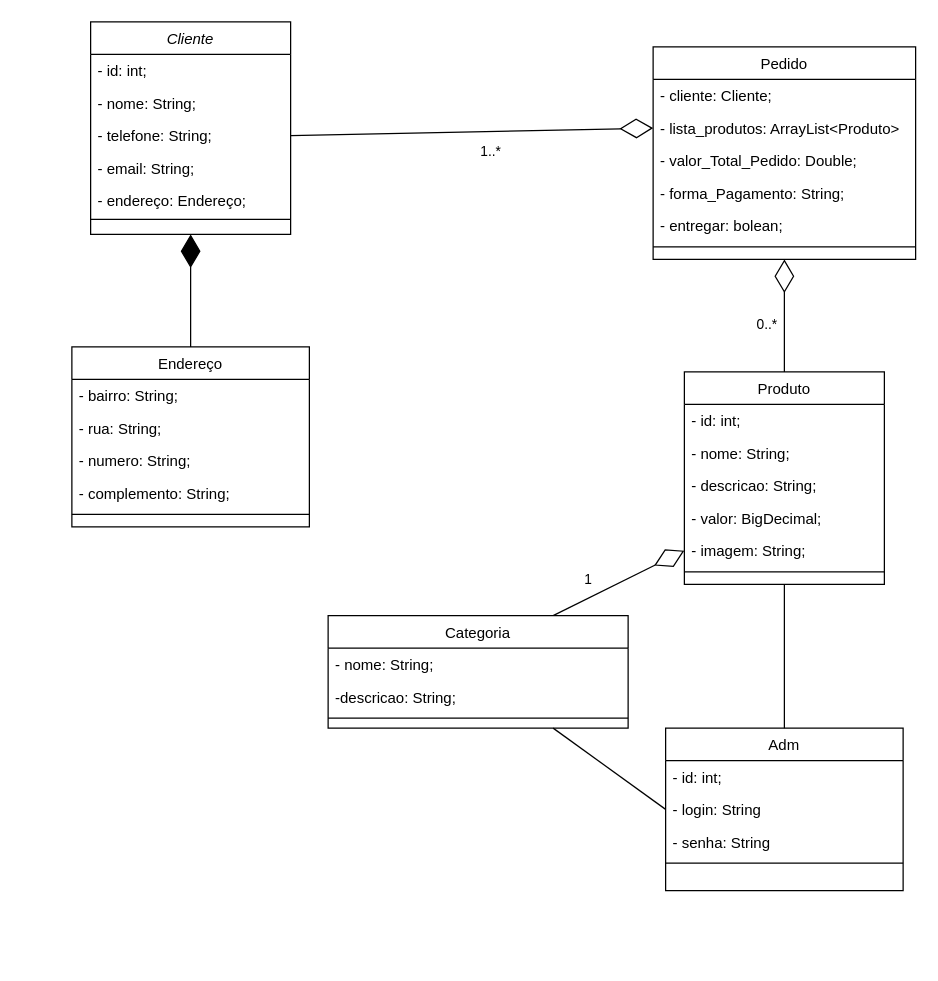
Joao-Antonio-Reis/Projeto-Delivery keeps this draw.io diagram as Documents/Diagrama UML.drawio. Above is the earlier version. Source tidied: cells renumbered, new cells numbered last; positions are measured from the earlier drawing's top-left corner, leaving out a move shared by most shapes. Both pictures are drawn from the tidied source at 125%, with x=0, y=0 at pixel (71, 21).
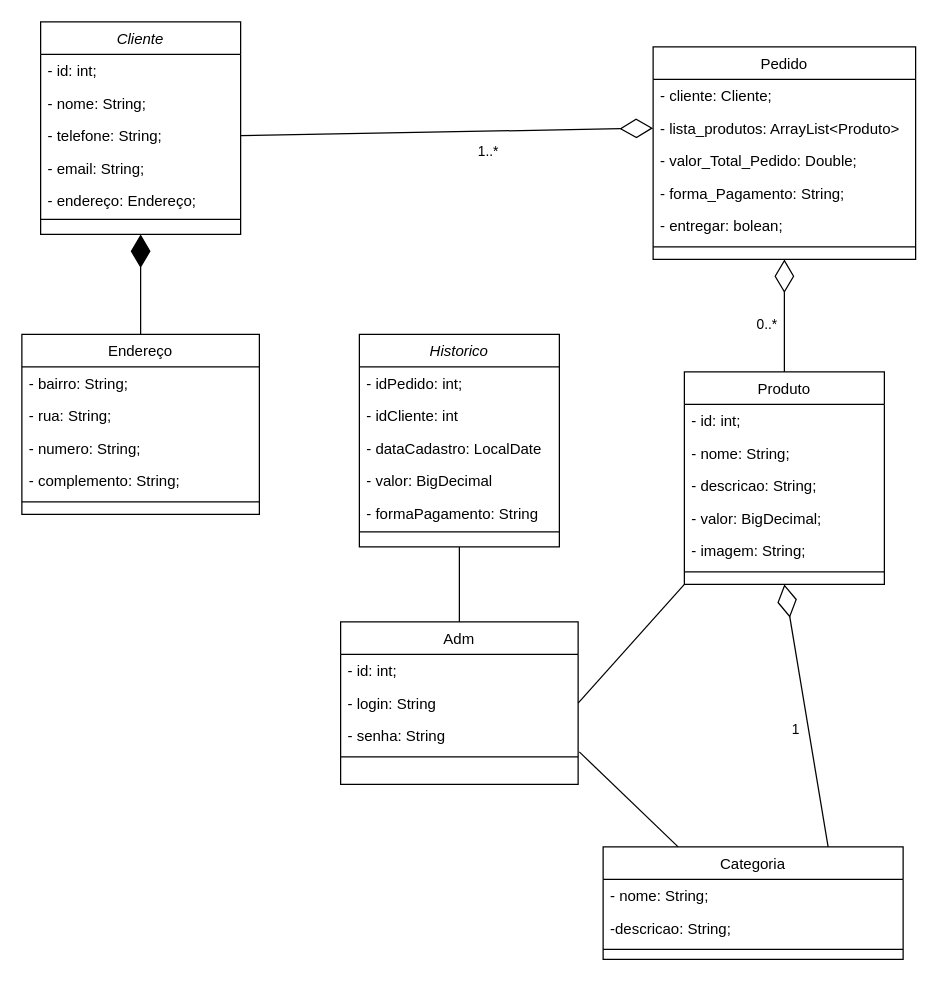
Above is the later version.

The change refers to these unchanged cells:
```xml
<mxCell id="16" value="Produto" style="swimlane;fontStyle=0;align=center;verticalAlign=top;horizontal=1;startSize=26;rounded=0;shadow=0;strokeWidth=1;" parent="1" vertex="1">
  <mxGeometry x="490" y="280" width="160" height="170" as="geometry" />
</mxCell>
<mxCell id="21" value="- imagem: String;" style="text;align=left;verticalAlign=top;spacingLeft=4;spacingRight=4;overflow=hidden;points=[[0,0.5],[1,0.5]];portConstraint=eastwest;" parent="16" vertex="1">
  <mxGeometry y="130" width="160" height="26" as="geometry" />
</mxCell>
<mxCell id="33" value="- login: String" style="text;align=left;verticalAlign=top;spacingLeft=4;spacingRight=4;overflow=hidden;points=[[0,0.5],[1,0.5]];portConstraint=eastwest;rounded=0;shadow=0;html=0;" parent="31" vertex="1">
  <mxGeometry y="52" width="190" height="26" as="geometry" />
</mxCell>
<mxCell id="34" value="- senha: String" style="text;align=left;verticalAlign=top;spacingLeft=4;spacingRight=4;overflow=hidden;points=[[0,0.5],[1,0.5]];portConstraint=eastwest;rounded=0;shadow=0;html=0;" parent="31" vertex="1">
  <mxGeometry y="78" width="190" height="26" as="geometry" />
</mxCell>
```

Change to the diagram source:
```diff
@@
     <mxCell id="2" value="Cliente" style="swimlane;fontStyle=2;align=center;verticalAlign=top;horizontal=1;startSize=26;rounded=0;shadow=0;strokeWidth=1;" parent="1" vertex="1">
-      <mxGeometry x="15" width="160" height="170" as="geometry" />
+      <mxGeometry x="-25" width="160" height="170" as="geometry" />
     </mxCell>
@@
-    <mxCell id="9" style="rounded=0;jettySize=auto;html=1;endArrow=diamondThin;endFill=1;startArrow=none;startFill=0;endSize=24;startSize=24;" parent="1" edge="1" source="10">
-      <mxGeometry relative="1" as="geometry">
-        <mxPoint x="95" y="170" as="targetPoint" />
-      </mxGeometry>
+    <mxCell id="9" style="rounded=0;jettySize=auto;html=1;endArrow=diamondThin;endFill=1;startArrow=none;startFill=0;endSize=24;startSize=24;entryX=0.5;entryY=1;entryDx=0;entryDy=0;" parent="1" edge="1" source="10" target="2">
+      <mxGeometry relative="1" as="geometry" />
     </mxCell>
     <mxCell id="10" value="Endereço" style="swimlane;fontStyle=0;align=center;verticalAlign=top;horizontal=1;startSize=26;rounded=0;shadow=0;strokeWidth=1;" parent="1" vertex="1">
-      <mxGeometry y="260" width="190" height="144" as="geometry" />
+      <mxGeometry x="-40" y="250" width="190" height="144" as="geometry" />
     </mxCell>
@@
-    <mxCell id="30" style="rounded=0;jettySize=auto;html=1;exitX=0;exitY=0.5;exitDx=0;exitDy=0;entryX=0.75;entryY=1;entryDx=0;entryDy=0;endArrow=none;endFill=0;" parent="1" edge="1" source="33" target="38">
+    <mxCell id="30" style="rounded=0;jettySize=auto;html=1;exitX=1.005;exitY=1;exitDx=0;exitDy=0;entryX=0.25;entryY=0;entryDx=0;entryDy=0;endArrow=none;endFill=0;exitPerimeter=0;" parent="1" edge="1" source="34" target="38">
       <mxGeometry relative="1" as="geometry" />
     </mxCell>
     <mxCell id="31" value="Adm&#10;" style="swimlane;fontStyle=0;align=center;verticalAlign=top;horizontal=1;startSize=26;rounded=0;shadow=0;strokeWidth=1;" parent="1" vertex="1">
-      <mxGeometry x="475" y="565" width="190" height="130" as="geometry" />
+      <mxGeometry x="215" y="480" width="190" height="130" as="geometry" />
     </mxCell>
@@
-    <mxCell id="36" style="rounded=0;jettySize=auto;html=1;exitX=0.75;exitY=0;exitDx=0;exitDy=0;entryX=0;entryY=0.5;entryDx=0;entryDy=0;endArrow=diamondThin;endFill=0;endSize=24;startArrow=none;startFill=0;startSize=24;" parent="1" edge="1" source="38" target="21">
+    <mxCell id="36" style="rounded=0;jettySize=auto;html=1;exitX=0.75;exitY=0;exitDx=0;exitDy=0;entryX=0.5;entryY=1;entryDx=0;entryDy=0;endArrow=diamondThin;endFill=0;endSize=24;startArrow=none;startFill=0;startSize=24;" parent="1" edge="1" source="38" target="16">
       <mxGeometry relative="1" as="geometry" />
     </mxCell>
@@
     <mxCell id="38" value="Categoria" style="swimlane;fontStyle=0;align=center;verticalAlign=top;horizontal=1;startSize=26;rounded=0;shadow=0;strokeWidth=1;" parent="1" vertex="1">
-      <mxGeometry x="205" y="475" width="240" height="90" as="geometry" />
+      <mxGeometry x="425" y="660" width="240" height="90" as="geometry" />
     </mxCell>
@@
-    <mxCell id="46" style="rounded=0;jettySize=auto;html=1;exitX=0.5;exitY=0;exitDx=0;exitDy=0;entryX=0.5;entryY=1;entryDx=0;entryDy=0;endArrow=none;endFill=0;" parent="1" edge="1" source="31" target="16">
+    <mxCell id="46" style="rounded=0;jettySize=auto;html=1;entryX=0;entryY=1;entryDx=0;entryDy=0;endArrow=none;endFill=0;exitX=1;exitY=0.5;exitDx=0;exitDy=0;" parent="1" edge="1" source="33" target="16">
       <mxGeometry relative="1" as="geometry" />
     </mxCell>
+    <mxCell id="47" style="rounded=0;jettySize=auto;html=1;endArrow=none;endFill=0;" parent="1" edge="1" source="48" target="31">
+      <mxGeometry relative="1" as="geometry" />
+    </mxCell>
+    <mxCell id="48" value="Historico" style="swimlane;fontStyle=2;align=center;verticalAlign=top;horizontal=1;startSize=26;rounded=0;shadow=0;strokeWidth=1;" parent="1" vertex="1">
+      <mxGeometry x="230" y="250" width="160" height="170" as="geometry" />
+    </mxCell>
+    <mxCell id="49" value="- idPedido: int;  " style="text;align=left;verticalAlign=top;spacingLeft=4;spacingRight=4;overflow=hidden;" parent="48" vertex="1">
+      <mxGeometry y="26" width="160" height="26" as="geometry" />
+    </mxCell>
+    <mxCell id="50" value="- idCliente: int" style="text;align=left;verticalAlign=top;spacingLeft=4;spacingRight=4;overflow=hidden;rounded=0;shadow=0;html=0;" parent="48" vertex="1">
+      <mxGeometry y="52" width="160" height="26" as="geometry" />
+    </mxCell>
+    <mxCell id="51" value="- dataCadastro: LocalDate" style="text;align=left;verticalAlign=top;spacingLeft=4;spacingRight=4;overflow=hidden;rounded=0;shadow=0;html=0;" parent="48" vertex="1">
+      <mxGeometry y="78" width="160" height="26" as="geometry" />
+    </mxCell>
+    <mxCell id="52" value="- valor: BigDecimal" style="text;align=left;verticalAlign=top;spacingLeft=4;spacingRight=4;overflow=hidden;rounded=0;shadow=0;html=0;" parent="48" vertex="1">
+      <mxGeometry y="104" width="160" height="26" as="geometry" />
+    </mxCell>
+    <mxCell id="53" value="- formaPagamento: String" style="text;align=left;verticalAlign=top;spacingLeft=4;spacingRight=4;overflow=hidden;rounded=0;shadow=0;html=0;" parent="48" vertex="1">
+      <mxGeometry y="130" width="160" height="26" as="geometry" />
+    </mxCell>
+    <mxCell id="54" style="line;html=1;strokeWidth=1;align=left;verticalAlign=middle;spacingTop=-1;spacingLeft=3;spacingRight=3;labelPosition=right;" parent="48" vertex="1">
+      <mxGeometry y="156" width="160" height="4" as="geometry" />
+    </mxCell>
```
